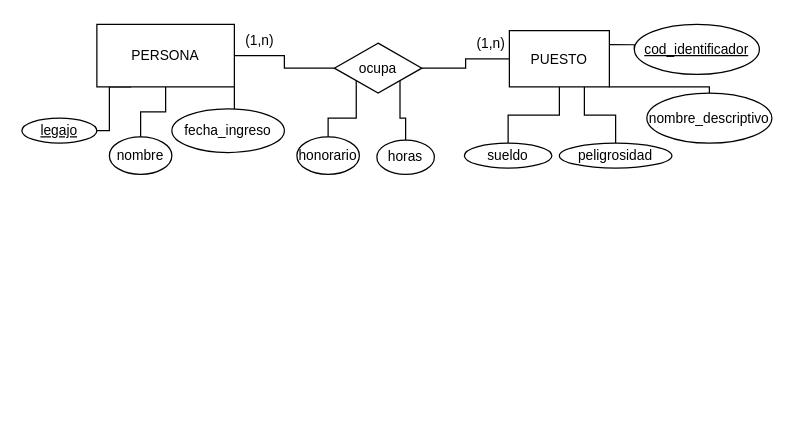
Earlier version of the draw.io diagram page "Página-2" (2 of 3) of Diagrama sin título.drawio (agusitna/bdd). Source tidied: cells renumbered, new cells numbered last; positions are measured from the earlier drawing's top-left corner, leaving out a move shared by most shapes. Both pictures are drawn from the tidied source at 125%, with x=0, y=0 at pixel (21, 21).
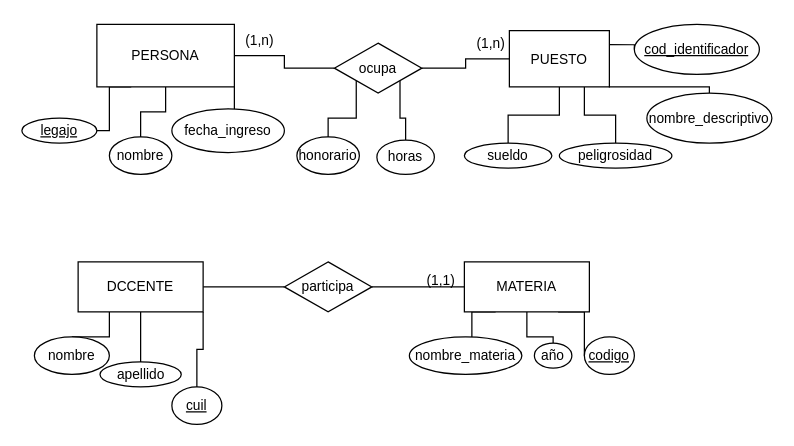
After the change.

Diff of the diagram source:
```diff
@@
+    <mxCell id="28" style="edgeStyle=orthogonalEdgeStyle;shape=connector;rounded=0;jettySize=auto;html=1;exitX=0.25;exitY=1;exitDx=0;exitDy=0;labelBackgroundColor=default;strokeColor=default;fontFamily=Helvetica;fontSize=11;fontColor=default;endArrow=none;endFill=0;" parent="1" edge="1" source="32" target="33">
+      <mxGeometry relative="1" as="geometry" />
+    </mxCell>
+    <mxCell id="29" style="edgeStyle=orthogonalEdgeStyle;shape=connector;rounded=0;jettySize=auto;html=1;exitX=0.5;exitY=1;exitDx=0;exitDy=0;labelBackgroundColor=default;strokeColor=default;fontFamily=Helvetica;fontSize=11;fontColor=default;endArrow=none;endFill=0;" parent="1" edge="1" source="32" target="34">
+      <mxGeometry relative="1" as="geometry" />
+    </mxCell>
+    <mxCell id="30" style="edgeStyle=orthogonalEdgeStyle;shape=connector;rounded=0;jettySize=auto;html=1;exitX=1;exitY=1;exitDx=0;exitDy=0;labelBackgroundColor=default;strokeColor=default;fontFamily=Helvetica;fontSize=11;fontColor=default;endArrow=none;endFill=0;" parent="1" edge="1" source="32" target="35">
+      <mxGeometry relative="1" as="geometry" />
+    </mxCell>
+    <mxCell id="31" style="edgeStyle=orthogonalEdgeStyle;shape=connector;rounded=0;jettySize=auto;html=1;exitX=1;exitY=0.5;exitDx=0;exitDy=0;labelBackgroundColor=default;strokeColor=default;fontFamily=Helvetica;fontSize=11;fontColor=default;endArrow=none;endFill=0;" parent="1" edge="1" source="32" target="44">
+      <mxGeometry relative="1" as="geometry" />
+    </mxCell>
+    <mxCell id="32" value="DCCENTE" style="whiteSpace=wrap;html=1;align=center;fontFamily=Helvetica;fontSize=11;fontColor=default;" parent="1" vertex="1">
+      <mxGeometry x="45" y="192" width="100" height="40" as="geometry" />
+    </mxCell>
+    <mxCell id="33" value="nombre" style="ellipse;whiteSpace=wrap;html=1;align=center;fontFamily=Helvetica;fontSize=11;fontColor=default;" parent="1" vertex="1">
+      <mxGeometry x="10" y="252" width="60" height="30" as="geometry" />
+    </mxCell>
+    <mxCell id="34" value="apellido" style="ellipse;whiteSpace=wrap;html=1;align=center;fontFamily=Helvetica;fontSize=11;fontColor=default;" parent="1" vertex="1">
+      <mxGeometry x="62.5" y="272" width="65" height="20" as="geometry" />
+    </mxCell>
+    <mxCell id="35" value="&lt;u&gt;cuil&lt;/u&gt;" style="ellipse;whiteSpace=wrap;html=1;align=center;fontFamily=Helvetica;fontSize=11;fontColor=default;" parent="1" vertex="1">
+      <mxGeometry x="120" y="292" width="40" height="30" as="geometry" />
+    </mxCell>
+    <mxCell id="36" style="edgeStyle=orthogonalEdgeStyle;shape=connector;rounded=0;jettySize=auto;html=1;exitX=0.25;exitY=1;exitDx=0;exitDy=0;labelBackgroundColor=default;strokeColor=default;fontFamily=Helvetica;fontSize=11;fontColor=default;endArrow=none;endFill=0;" parent="1" edge="1" source="39" target="40">
+      <mxGeometry relative="1" as="geometry">
+        <Array as="points">
+          <mxPoint x="360" y="242" />
+          <mxPoint x="360" y="242" />
+        </Array>
+      </mxGeometry>
+    </mxCell>
+    <mxCell id="37" style="edgeStyle=orthogonalEdgeStyle;shape=connector;rounded=0;jettySize=auto;html=1;exitX=0.5;exitY=1;exitDx=0;exitDy=0;labelBackgroundColor=default;strokeColor=default;fontFamily=Helvetica;fontSize=11;fontColor=default;endArrow=none;endFill=0;" parent="1" edge="1" source="39" target="41">
+      <mxGeometry relative="1" as="geometry" />
+    </mxCell>
+    <mxCell id="38" style="edgeStyle=orthogonalEdgeStyle;shape=connector;rounded=0;jettySize=auto;html=1;exitX=0.75;exitY=1;exitDx=0;exitDy=0;labelBackgroundColor=default;strokeColor=default;fontFamily=Helvetica;fontSize=11;fontColor=default;endArrow=none;endFill=0;" parent="1" edge="1" source="39" target="42">
+      <mxGeometry relative="1" as="geometry">
+        <Array as="points">
+          <mxPoint x="450" y="232" />
+          <mxPoint x="450" y="252" />
+        </Array>
+      </mxGeometry>
+    </mxCell>
+    <mxCell id="39" value="MATERIA" style="whiteSpace=wrap;html=1;align=center;fontFamily=Helvetica;fontSize=11;fontColor=default;" parent="1" vertex="1">
+      <mxGeometry x="354" y="192" width="100" height="40" as="geometry" />
+    </mxCell>
+    <mxCell id="40" value="nombre_materia" style="ellipse;whiteSpace=wrap;html=1;align=center;fontFamily=Helvetica;fontSize=11;fontColor=default;" parent="1" vertex="1">
+      <mxGeometry x="310" y="252" width="90" height="30" as="geometry" />
+    </mxCell>
+    <mxCell id="41" value="año" style="ellipse;whiteSpace=wrap;html=1;align=center;fontFamily=Helvetica;fontSize=11;fontColor=default;" parent="1" vertex="1">
+      <mxGeometry x="410" y="257" width="30" height="20" as="geometry" />
+    </mxCell>
+    <mxCell id="42" value="codigo" style="ellipse;whiteSpace=wrap;html=1;align=center;fontFamily=Helvetica;fontSize=11;fontColor=default;fontStyle=4;" parent="1" vertex="1">
+      <mxGeometry x="450" y="252" width="40" height="30" as="geometry" />
+    </mxCell>
+    <mxCell id="43" style="edgeStyle=orthogonalEdgeStyle;shape=connector;rounded=0;jettySize=auto;html=1;exitX=1;exitY=0.5;exitDx=0;exitDy=0;entryX=0;entryY=0.5;entryDx=0;entryDy=0;labelBackgroundColor=default;strokeColor=default;fontFamily=Helvetica;fontSize=11;fontColor=default;endArrow=none;endFill=0;" parent="1" edge="1" source="44" target="39">
+      <mxGeometry relative="1" as="geometry" />
+    </mxCell>
+    <mxCell id="44" value="participa" style="shape=rhombus;perimeter=rhombusPerimeter;whiteSpace=wrap;html=1;align=center;fontFamily=Helvetica;fontSize=11;fontColor=default;" parent="1" vertex="1">
+      <mxGeometry x="210" y="192" width="70" height="40" as="geometry" />
+    </mxCell>
+    <mxCell id="45" value="(1,1)" style="text;html=1;align=center;verticalAlign=middle;strokeColor=none;fillColor=none;fontSize=11;fontFamily=Helvetica;fontColor=default;" parent="1" vertex="1">
+      <mxGeometry x="310" y="192" width="50" height="30" as="geometry" />
+    </mxCell>
```
